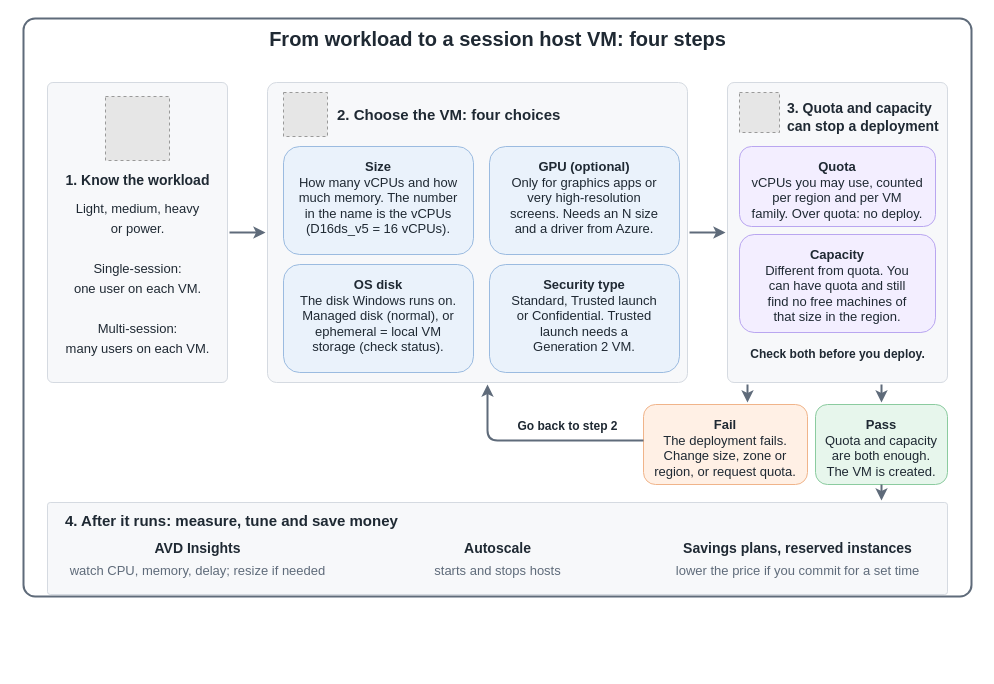
Before: src/img/avd/AVD-Session-Host-VM-Size.drawio in AddySidd27/cloud-ai-notes, a draw.io diagram. Source tidied: cells renumbered, new cells numbered last; positions are measured from the earlier drawing's top-left corner, leaving out a move shared by most shapes. Both pictures are drawn from the tidied source at 100%, with x=0, y=0 at pixel (23, 18). Pictures stored in the file or linked from it are replaced by grey dashed boxes.
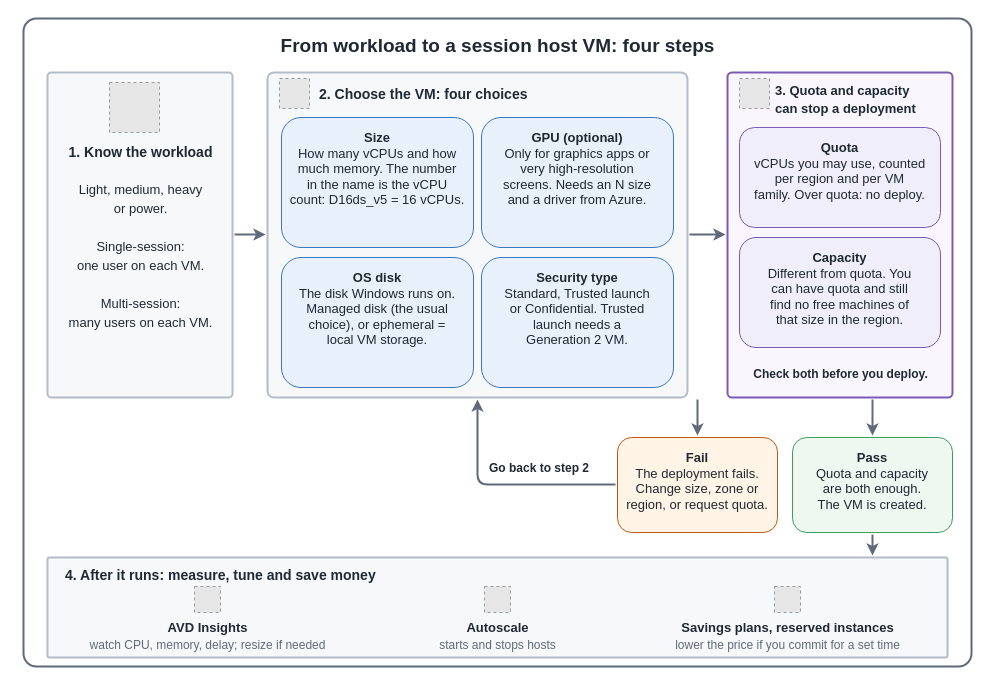
Above is the later version.

Change to the diagram source:
```diff
@@
     <mxCell id="2" style="rounded=1;arcSize=2;html=1;fillColor=#ffffff;strokeColor=#5f6b7a;strokeWidth=2;" parent="1" vertex="1">
-      <mxGeometry width="948" height="578" as="geometry" />
+      <mxGeometry width="948" height="648" as="geometry" />
     </mxCell>
-    <mxCell id="3" value="&lt;b&gt;From workload to a session host VM: four steps&lt;/b&gt;" style="text;html=1;align=center;verticalAlign=middle;fontSize=20;fontColor=#1f2933;" parent="1" vertex="1">
-      <mxGeometry x="124" y="8" width="700" height="24" as="geometry" />
+    <mxCell id="3" value="&lt;b&gt;From workload to a session host VM: four steps&lt;/b&gt;" style="text;html=1;align=center;verticalAlign=middle;fontSize=19;fontColor=#1f2933;" parent="1" vertex="1">
+      <mxGeometry x="-6" y="16" width="960" height="24" as="geometry" />
     </mxCell>
-    <mxCell id="4" style="rounded=1;arcSize=3;html=1;fillColor=#F7F8FA;strokeColor=#D5DAE1;" parent="1" vertex="1">
-      <mxGeometry x="24" y="64" width="180" height="300" as="geometry" />
+    <mxCell id="4" style="rounded=1;arcSize=2;html=1;fillColor=#f7f8fa;strokeColor=#b4bcc7;strokeWidth=2;" parent="1" vertex="1">
+      <mxGeometry x="24" y="54" width="185" height="325" as="geometry" />
     </mxCell>
     <mxCell id="5" style="fillColor=#E6E6E6;strokeColor=#999999;dashed=1;html=1;" parent="1" vertex="1">
-      <mxGeometry x="82" y="78" width="64" height="64" as="geometry" />
+      <mxGeometry x="86" y="64" width="50" height="50" as="geometry" />
     </mxCell>
     <mxCell id="6" value="&lt;b&gt;1. Know the workload&lt;/b&gt;" style="text;html=1;align=center;verticalAlign=middle;fontSize=14;fontColor=#1f2933;" parent="1" vertex="1">
-      <mxGeometry x="24" y="150" width="180" height="24" as="geometry" />
+      <mxGeometry x="24" y="122" width="185" height="24" as="geometry" />
     </mxCell>
     <mxCell id="7" value="Light, medium, heavy" style="text;html=1;align=center;verticalAlign=middle;fontSize=13;fontColor=#1f2933;" parent="1" vertex="1">
-      <mxGeometry x="24" y="178" width="180" height="24" as="geometry" />
+      <mxGeometry x="24" y="159" width="185" height="24" as="geometry" />
     </mxCell>
     <mxCell id="8" value="or power." style="text;html=1;align=center;verticalAlign=middle;fontSize=13;fontColor=#1f2933;" parent="1" vertex="1">
-      <mxGeometry x="24" y="198" width="180" height="24" as="geometry" />
+      <mxGeometry x="24" y="178" width="185" height="24" as="geometry" />
     </mxCell>
-    <mxCell id="9" value="Single-session:" style="text;html=1;align=center;verticalAlign=middle;fontSize=13;fontColor=#1f2933;" parent="1" vertex="1">
-      <mxGeometry x="24" y="238" width="180" height="24" as="geometry" />
+    <mxCell id="9" style="text;html=1;align=center;verticalAlign=middle;fontSize=13;fontColor=#1f2933;" parent="1" vertex="1">
+      <mxGeometry x="24" y="197" width="185" height="24" as="geometry" />
     </mxCell>
-    <mxCell id="10" value="one user on each VM." style="text;html=1;align=center;verticalAlign=middle;fontSize=13;fontColor=#1f2933;" parent="1" vertex="1">
-      <mxGeometry x="24" y="258" width="180" height="24" as="geometry" />
+    <mxCell id="10" value="Single-session:" style="text;html=1;align=center;verticalAlign=middle;fontSize=13;fontColor=#1f2933;" parent="1" vertex="1">
+      <mxGeometry x="24" y="216" width="185" height="24" as="geometry" />
     </mxCell>
-    <mxCell id="11" value="Multi-session:" style="text;html=1;align=center;verticalAlign=middle;fontSize=13;fontColor=#1f2933;" parent="1" vertex="1">
-      <mxGeometry x="24" y="298" width="180" height="24" as="geometry" />
+    <mxCell id="11" value="one user on each VM." style="text;html=1;align=center;verticalAlign=middle;fontSize=13;fontColor=#1f2933;" parent="1" vertex="1">
+      <mxGeometry x="24" y="235" width="185" height="24" as="geometry" />
     </mxCell>
-    <mxCell id="12" value="many users on each VM." style="text;html=1;align=center;verticalAlign=middle;fontSize=13;fontColor=#1f2933;" parent="1" vertex="1">
-      <mxGeometry x="24" y="318" width="180" height="24" as="geometry" />
+    <mxCell id="12" style="text;html=1;align=center;verticalAlign=middle;fontSize=13;fontColor=#1f2933;" parent="1" vertex="1">
+      <mxGeometry x="24" y="254" width="185" height="24" as="geometry" />
     </mxCell>
-    <mxCell id="13" style="edgeStyle=none;html=1;endArrow=classic;strokeColor=#5f6b7a;strokeWidth=2;" parent="1" edge="1">
-      <mxGeometry relative="1" as="geometry">
-        <mxPoint x="206" y="214" as="sourcePoint" />
-        <mxPoint x="242" y="214" as="targetPoint" />
-      </mxGeometry>
+    <mxCell id="13" value="Multi-session:" style="text;html=1;align=center;verticalAlign=middle;fontSize=13;fontColor=#1f2933;" parent="1" vertex="1">
+      <mxGeometry x="24" y="273" width="185" height="24" as="geometry" />
     </mxCell>
-    <mxCell id="14" style="rounded=1;arcSize=3;html=1;fillColor=#F7F8FA;strokeColor=#D5DAE1;" parent="1" vertex="1">
-      <mxGeometry x="244" y="64" width="420" height="300" as="geometry" />
+    <mxCell id="14" value="many users on each VM." style="text;html=1;align=center;verticalAlign=middle;fontSize=13;fontColor=#1f2933;" parent="1" vertex="1">
+      <mxGeometry x="24" y="292" width="185" height="24" as="geometry" />
     </mxCell>
-    <mxCell id="15" style="fillColor=#E6E6E6;strokeColor=#999999;dashed=1;html=1;" parent="1" vertex="1">
-      <mxGeometry x="260" y="74" width="44" height="44" as="geometry" />
+    <mxCell id="15" style="rounded=1;arcSize=2;html=1;fillColor=#f7f8fa;strokeColor=#b4bcc7;strokeWidth=2;" parent="1" vertex="1">
+      <mxGeometry x="244" y="54" width="420" height="325" as="geometry" />
     </mxCell>
-    <mxCell id="16" value="&lt;b&gt;2. Choose the VM: four choices&lt;/b&gt;" style="text;html=1;align=left;verticalAlign=middle;fontSize=15;fontColor=#1f2933;" parent="1" vertex="1">
-      <mxGeometry x="312" y="84" width="330" height="24" as="geometry" />
+    <mxCell id="16" style="fillColor=#E6E6E6;strokeColor=#999999;dashed=1;html=1;" parent="1" vertex="1">
+      <mxGeometry x="256" y="60" width="30" height="30" as="geometry" />
     </mxCell>
-    <mxCell id="17" value="&lt;b&gt;Size&lt;/b&gt;&lt;br&gt;How many vCPUs and how&lt;br&gt;much memory. The number&lt;br&gt;in the name is the vCPUs&lt;br&gt;(D16ds_v5 = 16 vCPUs)." style="rounded=1;whiteSpace=wrap;html=1;fillColor=#eaf2fb;strokeColor=#9bbbe0;fontSize=13;fontColor=#1f2933;verticalAlign=top;spacingTop=6;" parent="1" vertex="1">
-      <mxGeometry x="260" y="128" width="190" height="108" as="geometry" />
+    <mxCell id="17" value="&lt;b&gt;2. Choose the VM: four choices&lt;/b&gt;" style="text;html=1;align=left;verticalAlign=middle;fontSize=14;fontColor=#1f2933;" parent="1" vertex="1">
+      <mxGeometry x="294" y="64" width="350" height="24" as="geometry" />
     </mxCell>
-    <mxCell id="18" value="&lt;b&gt;GPU (optional)&lt;/b&gt;&lt;br&gt;Only for graphics apps or&lt;br&gt;very high-resolution&lt;br&gt;screens. Needs an N size&lt;br&gt;and a driver from Azure." style="rounded=1;whiteSpace=wrap;html=1;fillColor=#eaf2fb;strokeColor=#9bbbe0;fontSize=13;fontColor=#1f2933;verticalAlign=top;spacingTop=6;" parent="1" vertex="1">
-      <mxGeometry x="466" y="128" width="190" height="108" as="geometry" />
+    <mxCell id="18" value="&lt;b&gt;Size&lt;/b&gt;&lt;br&gt;How many vCPUs and how&lt;br&gt;much memory. The number&lt;br&gt;in the name is the vCPU&lt;br&gt;count: D16ds_v5 = 16 vCPUs." style="rounded=1;whiteSpace=wrap;html=1;fillColor=#e8f0fb;strokeColor=#3b78c4;fontSize=13;fontColor=#1f2933;verticalAlign=top;spacingTop=6;" parent="1" vertex="1">
+      <mxGeometry x="258" y="99" width="192" height="130" as="geometry" />
     </mxCell>
-    <mxCell id="19" value="&lt;b&gt;OS disk&lt;/b&gt;&lt;br&gt;The disk Windows runs on.&lt;br&gt;Managed disk (normal), or&lt;br&gt;ephemeral = local VM&lt;br&gt;storage (check status)." style="rounded=1;whiteSpace=wrap;html=1;fillColor=#eaf2fb;strokeColor=#9bbbe0;fontSize=13;fontColor=#1f2933;verticalAlign=top;spacingTop=6;" parent="1" vertex="1">
-      <mxGeometry x="260" y="246" width="190" height="108" as="geometry" />
+    <mxCell id="19" value="&lt;b&gt;GPU (optional)&lt;/b&gt;&lt;br&gt;Only for graphics apps or&lt;br&gt;very high-resolution&lt;br&gt;screens. Needs an N size&lt;br&gt;and a driver from Azure." style="rounded=1;whiteSpace=wrap;html=1;fillColor=#e8f0fb;strokeColor=#3b78c4;fontSize=13;fontColor=#1f2933;verticalAlign=top;spacingTop=6;" parent="1" vertex="1">
+      <mxGeometry x="458" y="99" width="192" height="130" as="geometry" />
     </mxCell>
-    <mxCell id="20" value="&lt;b&gt;Security type&lt;/b&gt;&lt;br&gt;Standard, Trusted launch&lt;br&gt;or Confidential. Trusted&lt;br&gt;launch needs a&lt;br&gt;Generation 2 VM." style="rounded=1;whiteSpace=wrap;html=1;fillColor=#eaf2fb;strokeColor=#9bbbe0;fontSize=13;fontColor=#1f2933;verticalAlign=top;spacingTop=6;" parent="1" vertex="1">
-      <mxGeometry x="466" y="246" width="190" height="108" as="geometry" />
+    <mxCell id="20" value="&lt;b&gt;OS disk&lt;/b&gt;&lt;br&gt;The disk Windows runs on.&lt;br&gt;Managed disk (the usual&lt;br&gt;choice), or ephemeral =&lt;br&gt;local VM storage." style="rounded=1;whiteSpace=wrap;html=1;fillColor=#e8f0fb;strokeColor=#3b78c4;fontSize=13;fontColor=#1f2933;verticalAlign=top;spacingTop=6;" parent="1" vertex="1">
+      <mxGeometry x="258" y="239" width="192" height="130" as="geometry" />
     </mxCell>
-    <mxCell id="21" style="edgeStyle=none;html=1;endArrow=classic;strokeColor=#5f6b7a;strokeWidth=2;" parent="1" edge="1">
-      <mxGeometry relative="1" as="geometry">
-        <mxPoint x="666" y="214" as="sourcePoint" />
-        <mxPoint x="702" y="214" as="targetPoint" />
-      </mxGeometry>
+    <mxCell id="21" value="&lt;b&gt;Security type&lt;/b&gt;&lt;br&gt;Standard, Trusted launch&lt;br&gt;or Confidential. Trusted&lt;br&gt;launch needs a&lt;br&gt;Generation 2 VM." style="rounded=1;whiteSpace=wrap;html=1;fillColor=#e8f0fb;strokeColor=#3b78c4;fontSize=13;fontColor=#1f2933;verticalAlign=top;spacingTop=6;" parent="1" vertex="1">
+      <mxGeometry x="458" y="239" width="192" height="130" as="geometry" />
     </mxCell>
-    <mxCell id="22" style="rounded=1;arcSize=3;html=1;fillColor=#F7F8FA;strokeColor=#D5DAE1;" parent="1" vertex="1">
-      <mxGeometry x="704" y="64" width="220" height="300" as="geometry" />
+    <mxCell id="22" style="rounded=1;arcSize=2;html=1;fillColor=#f9f7fd;strokeColor=#7a5bb5;strokeWidth=2;" parent="1" vertex="1">
+      <mxGeometry x="704" y="54" width="225" height="325" as="geometry" />
     </mxCell>
     <mxCell id="23" style="fillColor=#E6E6E6;strokeColor=#999999;dashed=1;html=1;" parent="1" vertex="1">
-      <mxGeometry x="716" y="74" width="40" height="40" as="geometry" />
+      <mxGeometry x="716" y="60" width="30" height="30" as="geometry" />
     </mxCell>
-    <mxCell id="24" value="&lt;b&gt;3. Quota and capacity&lt;/b&gt;" style="text;html=1;align=left;verticalAlign=middle;fontSize=14;fontColor=#1f2933;" parent="1" vertex="1">
-      <mxGeometry x="762" y="78" width="160" height="24" as="geometry" />
+    <mxCell id="24" value="&lt;b&gt;3. Quota and capacity&lt;/b&gt;" style="text;html=1;align=left;verticalAlign=middle;fontSize=13;fontColor=#1f2933;" parent="1" vertex="1">
+      <mxGeometry x="750" y="60" width="175" height="24" as="geometry" />
     </mxCell>
-    <mxCell id="25" value="&lt;b&gt;can stop a deployment&lt;/b&gt;" style="text;html=1;align=left;verticalAlign=middle;fontSize=14;fontColor=#1f2933;" parent="1" vertex="1">
-      <mxGeometry x="762" y="96" width="160" height="24" as="geometry" />
+    <mxCell id="25" value="&lt;b&gt;can stop a deployment&lt;/b&gt;" style="text;html=1;align=left;verticalAlign=middle;fontSize=13;fontColor=#1f2933;" parent="1" vertex="1">
+      <mxGeometry x="750" y="78" width="175" height="24" as="geometry" />
     </mxCell>
-    <mxCell id="26" value="&lt;b&gt;Quota&lt;/b&gt;&lt;br&gt;vCPUs you may use, counted&lt;br&gt;per region and per VM&lt;br&gt;family. Over quota: no deploy." style="rounded=1;whiteSpace=wrap;html=1;fillColor=#f3eeff;strokeColor=#b9a6f0;fontSize=13;fontColor=#1f2933;verticalAlign=top;spacingTop=6;" parent="1" vertex="1">
-      <mxGeometry x="716" y="128" width="196" height="80" as="geometry" />
+    <mxCell id="26" value="&lt;b&gt;Quota&lt;/b&gt;&lt;br&gt;vCPUs you may use, counted&lt;br&gt;per region and per VM&lt;br&gt;family. Over quota: no deploy." style="rounded=1;whiteSpace=wrap;html=1;fillColor=#f1eefb;strokeColor=#7a5bb5;fontSize=13;fontColor=#1f2933;verticalAlign=top;spacingTop=6;" parent="1" vertex="1">
+      <mxGeometry x="716" y="109" width="201" height="100" as="geometry" />
     </mxCell>
-    <mxCell id="27" value="&lt;b&gt;Capacity&lt;/b&gt;&lt;br&gt;Different from quota. You&lt;br&gt;can have quota and still&lt;br&gt;find no free machines of&lt;br&gt;that size in the region." style="rounded=1;whiteSpace=wrap;html=1;fillColor=#f3eeff;strokeColor=#b9a6f0;fontSize=13;fontColor=#1f2933;verticalAlign=top;spacingTop=6;" parent="1" vertex="1">
-      <mxGeometry x="716" y="216" width="196" height="98" as="geometry" />
+    <mxCell id="27" value="&lt;b&gt;Capacity&lt;/b&gt;&lt;br&gt;Different from quota. You&lt;br&gt;can have quota and still&lt;br&gt;find no free machines of&lt;br&gt;that size in the region." style="rounded=1;whiteSpace=wrap;html=1;fillColor=#f1eefb;strokeColor=#7a5bb5;fontSize=13;fontColor=#1f2933;verticalAlign=top;spacingTop=6;" parent="1" vertex="1">
+      <mxGeometry x="716" y="219" width="201" height="110" as="geometry" />
     </mxCell>
     <mxCell id="28" value="&lt;b&gt;Check both before you deploy.&lt;/b&gt;" style="text;html=1;align=center;verticalAlign=middle;fontSize=12;fontColor=#1f2933;" parent="1" vertex="1">
-      <mxGeometry x="716" y="324" width="196" height="24" as="geometry" />
+      <mxGeometry x="716" y="344" width="201" height="24" as="geometry" />
     </mxCell>
-    <mxCell id="29" value="&lt;b&gt;Fail&lt;/b&gt;&lt;br&gt;The deployment fails.&lt;br&gt;Change size, zone or&lt;br&gt;region, or request quota." style="rounded=1;whiteSpace=wrap;html=1;fillColor=#fff0e5;strokeColor=#f0b48a;fontSize=13;fontColor=#1f2933;verticalAlign=top;spacingTop=6;" parent="1" vertex="1">
-      <mxGeometry x="620" y="386" width="164" height="80" as="geometry" />
+    <mxCell id="29" style="edgeStyle=none;html=1;endArrow=classic;strokeColor=#5f6b7a;strokeWidth=2;" parent="1" edge="1">
+      <mxGeometry relative="1" as="geometry">
+        <mxPoint x="211" y="216" as="sourcePoint" />
+        <mxPoint x="242" y="216" as="targetPoint" />
+      </mxGeometry>
     </mxCell>
-    <mxCell id="30" value="&lt;b&gt;Pass&lt;/b&gt;&lt;br&gt;Quota and capacity&lt;br&gt;are both enough.&lt;br&gt;The VM is created." style="rounded=1;whiteSpace=wrap;html=1;fillColor=#e7f6ec;strokeColor=#8bcb9f;fontSize=13;fontColor=#1f2933;verticalAlign=top;spacingTop=6;" parent="1" vertex="1">
-      <mxGeometry x="792" y="386" width="132" height="80" as="geometry" />
+    <mxCell id="30" style="edgeStyle=none;html=1;endArrow=classic;strokeColor=#5f6b7a;strokeWidth=2;" parent="1" edge="1">
+      <mxGeometry relative="1" as="geometry">
+        <mxPoint x="666" y="216" as="sourcePoint" />
+        <mxPoint x="702" y="216" as="targetPoint" />
+      </mxGeometry>
     </mxCell>
-    <mxCell id="31" style="edgeStyle=none;html=1;endArrow=classic;strokeColor=#5f6b7a;strokeWidth=2;" parent="1" edge="1">
-      <mxGeometry relative="1" as="geometry">
-        <mxPoint x="724" y="366" as="sourcePoint" />
-        <mxPoint x="724" y="384" as="targetPoint" />
-      </mxGeometry>
+    <mxCell id="31" value="&lt;b&gt;Fail&lt;/b&gt;&lt;br&gt;The deployment fails.&lt;br&gt;Change size, zone or&lt;br&gt;region, or request quota." style="rounded=1;whiteSpace=wrap;html=1;fillColor=#fff4e5;strokeColor=#c45a10;fontSize=13;fontColor=#1f2933;verticalAlign=top;spacingTop=6;" parent="1" vertex="1">
+      <mxGeometry x="594" y="419" width="160" height="95" as="geometry" />
     </mxCell>
-    <mxCell id="32" style="edgeStyle=none;html=1;endArrow=classic;strokeColor=#5f6b7a;strokeWidth=2;" parent="1" edge="1">
-      <mxGeometry relative="1" as="geometry">
-        <mxPoint x="858" y="366" as="sourcePoint" />
-        <mxPoint x="858" y="384" as="targetPoint" />
-      </mxGeometry>
+    <mxCell id="32" value="&lt;b&gt;Pass&lt;/b&gt;&lt;br&gt;Quota and capacity&lt;br&gt;are both enough.&lt;br&gt;The VM is created." style="rounded=1;whiteSpace=wrap;html=1;fillColor=#eef7f0;strokeColor=#3c9d5d;fontSize=13;fontColor=#1f2933;verticalAlign=top;spacingTop=6;" parent="1" vertex="1">
+      <mxGeometry x="769" y="419" width="160" height="95" as="geometry" />
     </mxCell>
     <mxCell id="33" style="edgeStyle=none;html=1;endArrow=classic;strokeColor=#5f6b7a;strokeWidth=2;" parent="1" edge="1">
       <mxGeometry relative="1" as="geometry">
-        <mxPoint x="620" y="422" as="sourcePoint" />
-        <mxPoint x="464" y="366" as="targetPoint" />
-        <Array as="points">
-          <mxPoint x="464" y="422" />
-        </Array>
+        <mxPoint x="674" y="381" as="sourcePoint" />
+        <mxPoint x="674" y="417" as="targetPoint" />
       </mxGeometry>
     </mxCell>
-    <mxCell id="34" value="&lt;b&gt;Go back to step 2&lt;/b&gt;" style="text;html=1;align=center;verticalAlign=middle;fontSize=12;fontColor=#1f2933;" parent="1" vertex="1">
-      <mxGeometry x="474" y="396" width="140" height="24" as="geometry" />
+    <mxCell id="34" style="edgeStyle=none;html=1;endArrow=classic;strokeColor=#5f6b7a;strokeWidth=2;" parent="1" edge="1">
+      <mxGeometry relative="1" as="geometry">
+        <mxPoint x="849" y="381" as="sourcePoint" />
+        <mxPoint x="849" y="417" as="targetPoint" />
+      </mxGeometry>
     </mxCell>
     <mxCell id="35" style="edgeStyle=none;html=1;endArrow=classic;strokeColor=#5f6b7a;strokeWidth=2;" parent="1" edge="1">
       <mxGeometry relative="1" as="geometry">
-        <mxPoint x="858" y="466" as="sourcePoint" />
-        <mxPoint x="858" y="482" as="targetPoint" />
+        <mxPoint x="592" y="466" as="sourcePoint" />
+        <mxPoint x="454" y="381" as="targetPoint" />
+        <Array as="points">
+          <mxPoint x="454" y="466" />
+        </Array>
       </mxGeometry>
     </mxCell>
-    <mxCell id="36" style="rounded=1;arcSize=3;html=1;fillColor=#F7F8FA;strokeColor=#D5DAE1;" parent="1" vertex="1">
-      <mxGeometry x="24" y="484" width="900" height="92" as="geometry" />
+    <mxCell id="36" value="&lt;b&gt;Go back to step 2&lt;/b&gt;" style="text;html=1;align=left;verticalAlign=middle;fontSize=12;fontColor=#1f2933;" parent="1" vertex="1">
+      <mxGeometry x="464" y="438" width="130" height="24" as="geometry" />
     </mxCell>
-    <mxCell id="37" value="&lt;b&gt;4. After it runs: measure, tune and save money&lt;/b&gt;" style="text;html=1;align=left;verticalAlign=middle;fontSize=15;fontColor=#1f2933;" parent="1" vertex="1">
-      <mxGeometry x="40" y="490" width="700" height="24" as="geometry" />
+    <mxCell id="37" style="edgeStyle=none;html=1;endArrow=classic;strokeColor=#5f6b7a;strokeWidth=2;" parent="1" edge="1">
+      <mxGeometry relative="1" as="geometry">
+        <mxPoint x="849" y="516" as="sourcePoint" />
+        <mxPoint x="849" y="537" as="targetPoint" />
+      </mxGeometry>
     </mxCell>
-    <mxCell id="38" value="&lt;b&gt;AVD Insights&lt;/b&gt;" style="text;html=1;align=center;verticalAlign=middle;fontSize=14;fontColor=#1f2933;" parent="1" vertex="1">
-      <mxGeometry x="34" y="518" width="280" height="24" as="geometry" />
+    <mxCell id="38" style="rounded=1;arcSize=2;html=1;fillColor=#f7f8fa;strokeColor=#b4bcc7;strokeWidth=2;" parent="1" vertex="1">
+      <mxGeometry x="24" y="539" width="900" height="100" as="geometry" />
     </mxCell>
-    <mxCell id="39" value="watch CPU, memory, delay; resize if needed" style="text;html=1;align=center;verticalAlign=middle;fontSize=13;fontColor=#5f6b7a;" parent="1" vertex="1">
-      <mxGeometry x="34" y="540" width="280" height="24" as="geometry" />
+    <mxCell id="39" value="&lt;b&gt;4. After it runs: measure, tune and save money&lt;/b&gt;" style="text;html=1;align=left;verticalAlign=middle;fontSize=14;fontColor=#1f2933;" parent="1" vertex="1">
+      <mxGeometry x="40" y="545" width="700" height="24" as="geometry" />
     </mxCell>
-    <mxCell id="40" value="&lt;b&gt;Autoscale&lt;/b&gt;" style="text;html=1;align=center;verticalAlign=middle;fontSize=14;fontColor=#1f2933;" parent="1" vertex="1">
-      <mxGeometry x="334" y="518" width="280" height="24" as="geometry" />
+    <mxCell id="40" style="fillColor=#E6E6E6;strokeColor=#999999;dashed=1;html=1;" parent="1" vertex="1">
+      <mxGeometry x="171" y="568" width="26" height="26" as="geometry" />
     </mxCell>
-    <mxCell id="41" value="starts and stops hosts" style="text;html=1;align=center;verticalAlign=middle;fontSize=13;fontColor=#5f6b7a;" parent="1" vertex="1">
-      <mxGeometry x="334" y="540" width="280" height="24" as="geometry" />
+    <mxCell id="41" value="&lt;b&gt;AVD Insights&lt;/b&gt;" style="text;html=1;align=center;verticalAlign=middle;fontSize=13;fontColor=#1f2933;" parent="1" vertex="1">
+      <mxGeometry x="39" y="597" width="290" height="24" as="geometry" />
     </mxCell>
-    <mxCell id="42" value="&lt;b&gt;Savings plans, reserved instances&lt;/b&gt;" style="text;html=1;align=center;verticalAlign=middle;fontSize=14;fontColor=#1f2933;" parent="1" vertex="1">
-      <mxGeometry x="634" y="518" width="280" height="24" as="geometry" />
+    <mxCell id="42" value="watch CPU, memory, delay; resize if needed" style="text;html=1;align=center;verticalAlign=middle;fontSize=12;fontColor=#5f6b7a;" parent="1" vertex="1">
+      <mxGeometry x="39" y="615" width="290" height="24" as="geometry" />
     </mxCell>
-    <mxCell id="43" value="lower the price if you commit for a set time" style="text;html=1;align=center;verticalAlign=middle;fontSize=13;fontColor=#5f6b7a;" parent="1" vertex="1">
-      <mxGeometry x="634" y="540" width="280" height="24" as="geometry" />
+    <mxCell id="43" style="fillColor=#E6E6E6;strokeColor=#999999;dashed=1;html=1;" parent="1" vertex="1">
+      <mxGeometry x="461" y="568" width="26" height="26" as="geometry" />
     </mxCell>
+    <mxCell id="44" value="&lt;b&gt;Autoscale&lt;/b&gt;" style="text;html=1;align=center;verticalAlign=middle;fontSize=13;fontColor=#1f2933;" parent="1" vertex="1">
+      <mxGeometry x="329" y="597" width="290" height="24" as="geometry" />
+    </mxCell>
+    <mxCell id="45" value="starts and stops hosts" style="text;html=1;align=center;verticalAlign=middle;fontSize=12;fontColor=#5f6b7a;" parent="1" vertex="1">
+      <mxGeometry x="329" y="615" width="290" height="24" as="geometry" />
+    </mxCell>
+    <mxCell id="46" style="fillColor=#E6E6E6;strokeColor=#999999;dashed=1;html=1;" parent="1" vertex="1">
+      <mxGeometry x="751" y="568" width="26" height="26" as="geometry" />
+    </mxCell>
+    <mxCell id="47" value="&lt;b&gt;Savings plans, reserved instances&lt;/b&gt;" style="text;html=1;align=center;verticalAlign=middle;fontSize=13;fontColor=#1f2933;" parent="1" vertex="1">
+      <mxGeometry x="619" y="597" width="290" height="24" as="geometry" />
+    </mxCell>
+    <mxCell id="48" value="lower the price if you commit for a set time" style="text;html=1;align=center;verticalAlign=middle;fontSize=12;fontColor=#5f6b7a;" parent="1" vertex="1">
+      <mxGeometry x="619" y="615" width="290" height="24" as="geometry" />
+    </mxCell>
```
